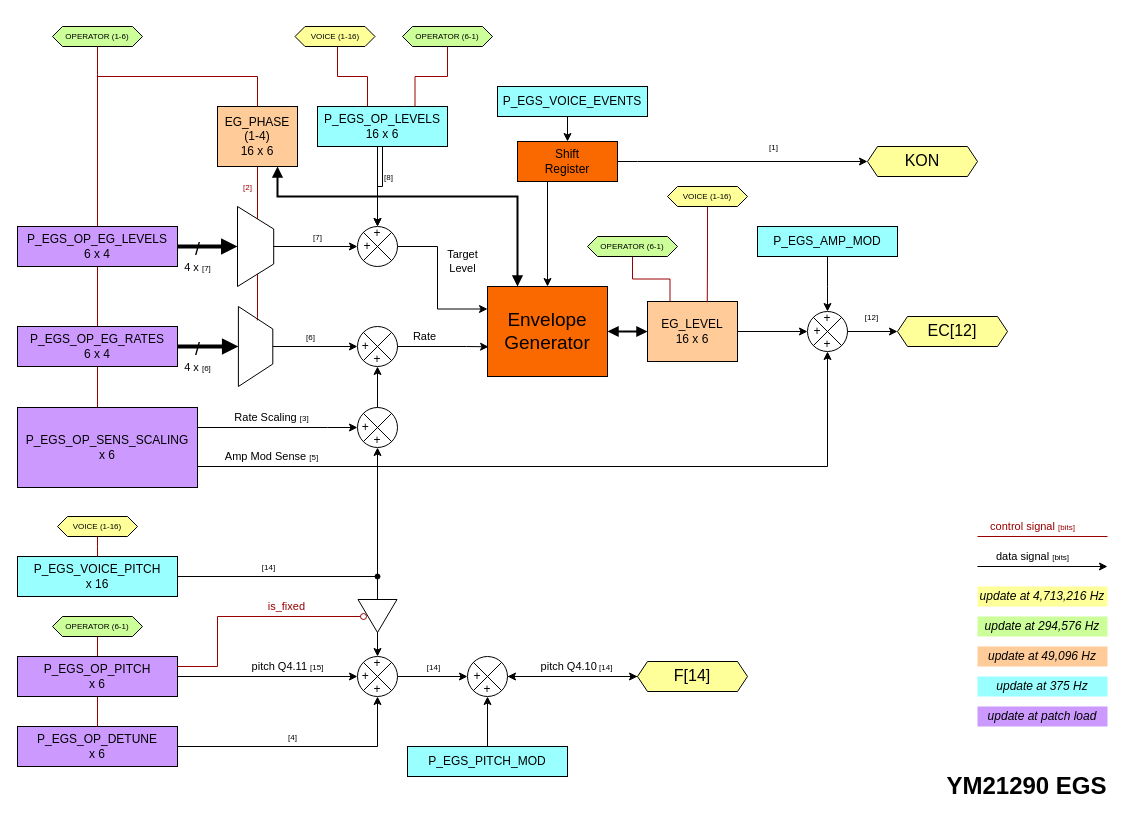
Before: docs/Research/YM21290 EGS.drawio in AnotherJohnH/picoX7, a draw.io diagram. Source tidied: cells renumbered, new cells numbered last; positions are measured from the earlier drawing's top-left corner, leaving out a move shared by most shapes. Both pictures are drawn from the tidied source at 100%, with x=0, y=0 at pixel (17, 26).
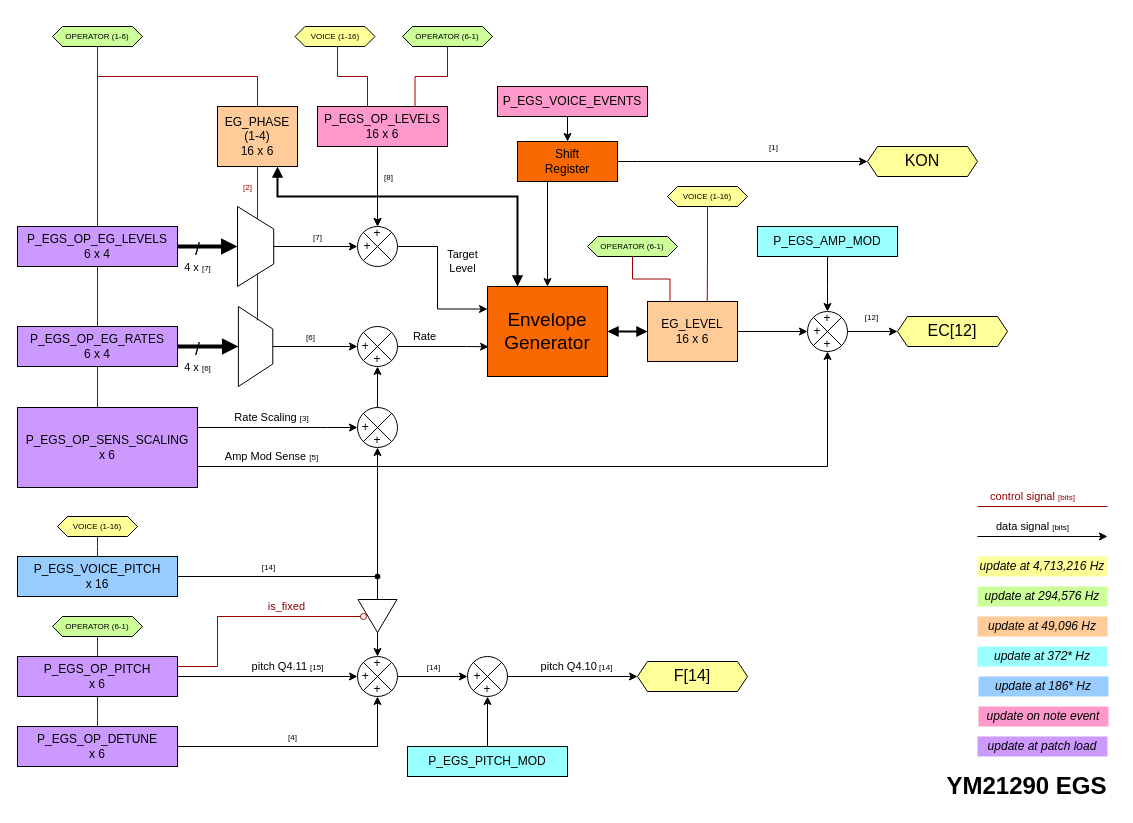
The same page after the edit.

Unchanged cells that the change refers to:
```xml
<mxCell id="7" value="EG_PHASE&lt;br&gt;(1-4)&lt;br&gt;16 x 6" style="rounded=0;whiteSpace=wrap;html=1;fillColor=#FFCC99;fontColor=#000000;strokeColor=#000000;labelBackgroundColor=none;" parent="1" vertex="1">
  <mxGeometry x="200" y="80" width="80" height="60" as="geometry" />
</mxCell>
<mxCell id="13" value="&lt;p style=&quot;line-height: 110%;&quot;&gt;+&lt;br&gt;+&amp;nbsp; &amp;nbsp; &amp;nbsp;&amp;nbsp;&lt;br&gt;&lt;br&gt;&lt;/p&gt;" style="shape=sumEllipse;perimeter=ellipsePerimeter;whiteSpace=wrap;html=1;backgroundOutline=1;strokeColor=#000000;fontColor=#000000;labelBackgroundColor=none;fillColor=none;" parent="1" vertex="1">
  <mxGeometry x="340" y="200" width="40" height="40" as="geometry" />
</mxCell>
<mxCell id="34" value="&lt;p style=&quot;line-height: 110%;&quot;&gt;&amp;nbsp;&lt;br&gt;+&amp;nbsp; &amp;nbsp; &amp;nbsp;&amp;nbsp;&lt;br&gt;+&lt;br&gt;&lt;/p&gt;" style="shape=sumEllipse;perimeter=ellipsePerimeter;whiteSpace=wrap;html=1;backgroundOutline=1;strokeColor=#000000;fontColor=#000000;labelBackgroundColor=none;fillColor=none;" parent="1" vertex="1">
  <mxGeometry x="450" y="630" width="40" height="40" as="geometry" />
</mxCell>
<mxCell id="68" value="&lt;p style=&quot;line-height: 103%;&quot;&gt;&lt;font style=&quot;font-size: 16px;&quot;&gt;F[14]&lt;/font&gt;&lt;/p&gt;" style="shape=hexagon;perimeter=hexagonPerimeter2;whiteSpace=wrap;html=1;fixedSize=1;size=10;fillColor=#FFFF99;fontColor=#000000;strokeColor=#000000;labelBackgroundColor=none;" parent="1" vertex="1">
  <mxGeometry x="620" y="635" width="110" height="30" as="geometry" />
</mxCell>
<mxCell id="84" style="shape=trapezoid;perimeter=trapezoidPerimeter;whiteSpace=wrap;html=1;fixedSize=1;size=22.5;rotation=90;strokeColor=#000000;fontColor=#000000;labelBackgroundColor=none;fillColor=none;" parent="1" vertex="1">
  <mxGeometry x="198.1" y="302.8" width="80" height="34.4" as="geometry" />
</mxCell>
```

Change to the diagram source:
```diff
@@
-    <mxCell id="6" value="&lt;font style=&quot;font-size: 8px;&quot;&gt;[2]&lt;/font&gt;" style="edgeStyle=orthogonalEdgeStyle;rounded=0;jettySize=auto;html=1;exitX=0.5;exitY=1;exitDx=0;exitDy=0;entryX=0.174;entryY=0.451;entryDx=0;entryDy=0;strokeColor=#990000;endArrow=none;endFill=0;entryPerimeter=0;fontColor=#990000;" parent="1" edge="1" source="7" target="84">
+    <mxCell id="6" value="&lt;font color=&quot;#990000&quot; style=&quot;font-size: 8px;&quot;&gt;[2]&lt;/font&gt;" style="edgeStyle=orthogonalEdgeStyle;rounded=0;jettySize=auto;html=1;exitX=0.5;exitY=1;exitDx=0;exitDy=0;entryX=0.174;entryY=0.451;entryDx=0;entryDy=0;strokeColor=#990000;endArrow=none;endFill=0;entryPerimeter=0;fontColor=#000000;labelBackgroundColor=none;" parent="1" edge="1" source="7" target="84">
       <mxGeometry x="-0.74" y="-10" relative="1" as="geometry">
         <Array as="points">
           <mxPoint x="240" y="291" />
         </Array>
       </mxGeometry>
     </mxCell>
@@
     <mxCell id="10" style="edgeStyle=orthogonalEdgeStyle;rounded=0;jettySize=auto;html=1;" parent="1" edge="1" source="11" target="13">
-      <mxGeometry relative="1" as="geometry" />
+      <mxGeometry relative="1" as="geometry">
+        <Array as="points">
+          <mxPoint x="360" y="140" />
+          <mxPoint x="360" y="140" />
+        </Array>
+      </mxGeometry>
     </mxCell>
-    <mxCell id="11" value="&lt;span style=&quot;font-family: Helvetica; font-size: 12px; font-style: normal; font-variant-ligatures: normal; font-variant-caps: normal; font-weight: 400; letter-spacing: normal; orphans: 2; text-align: center; text-indent: 0px; text-transform: none; widows: 2; word-spacing: 0px; -webkit-text-stroke-width: 0px; text-decoration-thickness: initial; text-decoration-style: initial; text-decoration-color: initial; float: none; display: inline !important;&quot;&gt;P_EGS_OP_LEVELS&lt;/span&gt;&lt;br style=&quot;border-color: rgb(0, 0, 0); font-family: Helvetica; font-size: 12px; font-style: normal; font-variant-ligatures: normal; font-variant-caps: normal; font-weight: 400; letter-spacing: normal; orphans: 2; text-align: center; text-indent: 0px; text-transform: none; widows: 2; word-spacing: 0px; -webkit-text-stroke-width: 0px; text-decoration-thickness: initial; text-decoration-style: initial; text-decoration-color: initial;&quot;&gt;&lt;font&gt;16 x 6&lt;/font&gt;" style="rounded=0;whiteSpace=wrap;html=1;fillColor=#99FFFF;fontColor=#000000;strokeColor=#000000;labelBackgroundColor=none;" parent="1" vertex="1">
+    <mxCell id="11" value="&lt;span style=&quot;font-family: Helvetica; font-size: 12px; font-style: normal; font-variant-ligatures: normal; font-variant-caps: normal; font-weight: 400; letter-spacing: normal; orphans: 2; text-align: center; text-indent: 0px; text-transform: none; widows: 2; word-spacing: 0px; -webkit-text-stroke-width: 0px; text-decoration-thickness: initial; text-decoration-style: initial; text-decoration-color: initial; float: none; display: inline !important;&quot;&gt;P_EGS_OP_LEVELS&lt;/span&gt;&lt;br style=&quot;border-color: rgb(0, 0, 0); font-family: Helvetica; font-size: 12px; font-style: normal; font-variant-ligatures: normal; font-variant-caps: normal; font-weight: 400; letter-spacing: normal; orphans: 2; text-align: center; text-indent: 0px; text-transform: none; widows: 2; word-spacing: 0px; -webkit-text-stroke-width: 0px; text-decoration-thickness: initial; text-decoration-style: initial; text-decoration-color: initial;&quot;&gt;&lt;font&gt;16 x 6&lt;/font&gt;" style="rounded=0;whiteSpace=wrap;html=1;fillColor=#FF99CC;fontColor=#000000;strokeColor=#000000;labelBackgroundColor=none;" parent="1" vertex="1">
       <mxGeometry x="300" y="80" width="130" height="40" as="geometry" />
     </mxCell>
@@
-    <mxCell id="28" value="&lt;span style=&quot;font-family: Helvetica; font-size: 12px; font-style: normal; font-variant-ligatures: normal; font-variant-caps: normal; font-weight: 400; letter-spacing: normal; orphans: 2; text-align: center; text-indent: 0px; text-transform: none; widows: 2; word-spacing: 0px; -webkit-text-stroke-width: 0px; text-decoration-thickness: initial; text-decoration-style: initial; text-decoration-color: initial; float: none; display: inline !important;&quot;&gt;P_EGS_VOICE_PITCH&lt;/span&gt;&lt;br style=&quot;border-color: rgb(0, 0, 0); font-family: Helvetica; font-size: 12px; font-style: normal; font-variant-ligatures: normal; font-variant-caps: normal; font-weight: 400; letter-spacing: normal; orphans: 2; text-align: center; text-indent: 0px; text-transform: none; widows: 2; word-spacing: 0px; -webkit-text-stroke-width: 0px; text-decoration-thickness: initial; text-decoration-style: initial; text-decoration-color: initial;&quot;&gt;&lt;font&gt;x 16&lt;/font&gt;" style="rounded=0;whiteSpace=wrap;html=1;fillColor=#99FFFF;fontColor=#000000;strokeColor=#000000;labelBackgroundColor=none;" parent="1" vertex="1">
+    <mxCell id="28" value="&lt;span style=&quot;font-family: Helvetica; font-size: 12px; font-style: normal; font-variant-ligatures: normal; font-variant-caps: normal; font-weight: 400; letter-spacing: normal; orphans: 2; text-align: center; text-indent: 0px; text-transform: none; widows: 2; word-spacing: 0px; -webkit-text-stroke-width: 0px; text-decoration-thickness: initial; text-decoration-style: initial; text-decoration-color: initial; float: none; display: inline !important;&quot;&gt;P_EGS_VOICE_PITCH&lt;/span&gt;&lt;br style=&quot;border-color: rgb(0, 0, 0); font-family: Helvetica; font-size: 12px; font-style: normal; font-variant-ligatures: normal; font-variant-caps: normal; font-weight: 400; letter-spacing: normal; orphans: 2; text-align: center; text-indent: 0px; text-transform: none; widows: 2; word-spacing: 0px; -webkit-text-stroke-width: 0px; text-decoration-thickness: initial; text-decoration-style: initial; text-decoration-color: initial;&quot;&gt;&lt;font&gt;x 16&lt;/font&gt;" style="rounded=0;whiteSpace=wrap;html=1;fillColor=#99CCFF;fontColor=#000000;strokeColor=#000000;labelBackgroundColor=none;" parent="1" vertex="1">
       <mxGeometry y="530" width="160" height="40" as="geometry" />
     </mxCell>
@@
-    <mxCell id="50" value="&lt;font&gt;P_EGS_VOICE_EVENTS&lt;/font&gt;" style="rounded=0;whiteSpace=wrap;html=1;fillColor=#99FFFF;fontColor=#000000;strokeColor=#000000;labelBackgroundColor=none;" parent="1" vertex="1">
+    <mxCell id="50" value="&lt;font&gt;P_EGS_VOICE_EVENTS&lt;/font&gt;" style="rounded=0;whiteSpace=wrap;html=1;fillColor=#FF99CC;fontColor=#000000;strokeColor=#000000;labelBackgroundColor=none;" parent="1" vertex="1">
       <mxGeometry x="480" y="60" width="150" height="30" as="geometry" />
     </mxCell>
@@
-    <mxCell id="67" style="edgeStyle=orthogonalEdgeStyle;rounded=0;jettySize=auto;html=1;" parent="1" edge="1" source="68" target="34">
-      <mxGeometry relative="1" as="geometry" />
-    </mxCell>
@@
     <mxCell id="77" value="&lt;font color=&quot;#000000&quot;&gt;update at 4,713,216 Hz&lt;/font&gt;" style="rounded=0;whiteSpace=wrap;html=1;strokeColor=none;fillColor=#FFFF99;fontStyle=2;" parent="1" vertex="1">
-      <mxGeometry x="960" y="560" width="130" height="20" as="geometry" />
+      <mxGeometry x="960" y="530" width="130" height="20" as="geometry" />
     </mxCell>
     <mxCell id="78" value="&lt;font color=&quot;#000000&quot;&gt;update at 294,576 Hz&lt;/font&gt;" style="rounded=0;whiteSpace=wrap;html=1;strokeColor=none;fillColor=#CCFF99;fontStyle=2;" parent="1" vertex="1">
-      <mxGeometry x="960" y="590" width="130" height="20" as="geometry" />
+      <mxGeometry x="960" y="560" width="130" height="20" as="geometry" />
     </mxCell>
     <mxCell id="79" value="&lt;font color=&quot;#000000&quot;&gt;update at patch load&lt;/font&gt;" style="rounded=0;whiteSpace=wrap;html=1;strokeColor=none;fillColor=#CC99FF;fontStyle=2;" parent="1" vertex="1">
-      <mxGeometry x="960" y="680" width="130" height="20" as="geometry" />
+      <mxGeometry x="960" y="710" width="130" height="20" as="geometry" />
     </mxCell>
-    <mxCell id="80" value="&lt;font color=&quot;#000000&quot;&gt;update at 375 Hz&lt;/font&gt;" style="rounded=0;whiteSpace=wrap;html=1;strokeColor=none;fillColor=#99FFFF;fontStyle=2;" parent="1" vertex="1">
-      <mxGeometry x="960" y="650" width="130" height="20" as="geometry" />
+    <mxCell id="80" value="&lt;font color=&quot;#000000&quot;&gt;update at 372* Hz&lt;/font&gt;" style="rounded=0;whiteSpace=wrap;html=1;strokeColor=none;fillColor=#99FFFF;fontStyle=2;" parent="1" vertex="1">
+      <mxGeometry x="960" y="620" width="130" height="20" as="geometry" />
     </mxCell>
     <mxCell id="81" value="&lt;font color=&quot;#000000&quot; style=&quot;font-size: 11px;&quot;&gt;data signal&amp;nbsp;&lt;/font&gt;&lt;font color=&quot;#000000&quot; style=&quot;font-size: 8px;&quot;&gt;[bits]&lt;/font&gt;" style="endArrow=classic;html=1;rounded=0;strokeColor=#000000;labelBackgroundColor=none;" parent="1" edge="1">
       <mxGeometry x="-0.15" y="10" relative="1" as="geometry">
-        <mxPoint x="960" y="540" as="sourcePoint" />
-        <mxPoint x="1090" y="540" as="targetPoint" />
+        <mxPoint x="960" y="510" as="sourcePoint" />
+        <mxPoint x="1090" y="510" as="targetPoint" />
       </mxGeometry>
     </mxCell>
     <mxCell id="82" value="&lt;font color=&quot;#000000&quot;&gt;update at 49,096 Hz&lt;/font&gt;" style="rounded=0;whiteSpace=wrap;html=1;strokeColor=none;fillColor=#FFCC99;fontStyle=2;" parent="1" vertex="1">
-      <mxGeometry x="960" y="620" width="130" height="20" as="geometry" />
+      <mxGeometry x="960" y="590" width="130" height="20" as="geometry" />
     </mxCell>
     <mxCell id="83" value="&lt;font color=&quot;#990000&quot;&gt;&lt;font style=&quot;font-size: 11px;&quot;&gt;control signal&amp;nbsp;&lt;/font&gt;&lt;font style=&quot;font-size: 8px;&quot;&gt;[bits]&lt;/font&gt;&lt;/font&gt;" style="endArrow=none;html=1;rounded=0;strokeColor=#990000;labelBackgroundColor=none;endFill=0;" parent="1" edge="1">
       <mxGeometry x="-0.15" y="10" relative="1" as="geometry">
-        <mxPoint x="960" y="510" as="sourcePoint" />
-        <mxPoint x="1090" y="510" as="targetPoint" />
+        <mxPoint x="960" y="480" as="sourcePoint" />
+        <mxPoint x="1090" y="480" as="targetPoint" />
       </mxGeometry>
     </mxCell>
@@
+    <mxCell id="85" value="&lt;font color=&quot;#000000&quot;&gt;update at 186* Hz&lt;/font&gt;" style="rounded=0;whiteSpace=wrap;html=1;strokeColor=none;fillColor=#99CCFF;fontStyle=2;" parent="1" vertex="1">
+      <mxGeometry x="961" y="650" width="130" height="20" as="geometry" />
+    </mxCell>
+    <mxCell id="86" value="&lt;font color=&quot;#000000&quot;&gt;update on note event&lt;/font&gt;" style="rounded=0;whiteSpace=wrap;html=1;strokeColor=none;fillColor=#FF99CC;fontStyle=2;" parent="1" vertex="1">
+      <mxGeometry x="961" y="680" width="130" height="20" as="geometry" />
+    </mxCell>
```
